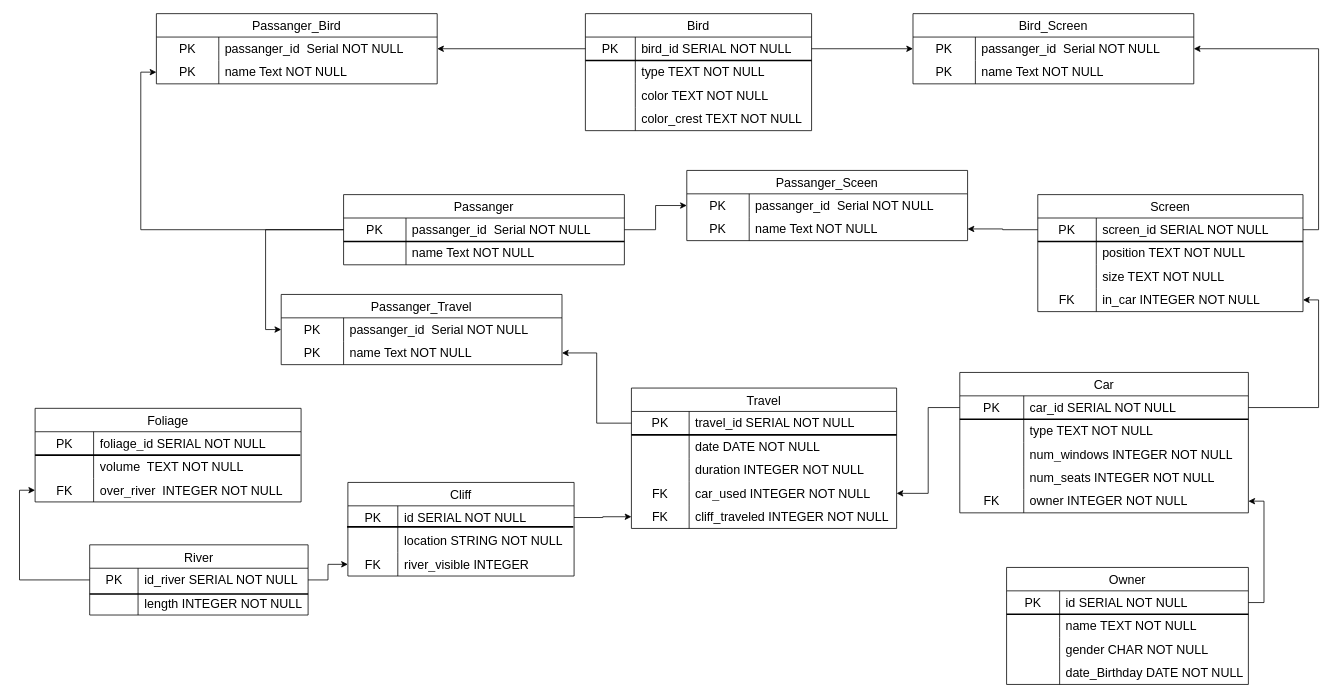
J-RAY3E/UNI keeps this draw.io diagram as Untitled Diagram.drawio. Above is the earlier version. Source tidied: cells renumbered, new cells numbered last; positions are measured from the earlier drawing's top-left corner, leaving out a move shared by most shapes. Both pictures are drawn from the tidied source at 78%, with x=0, y=0 at pixel (35, 13).
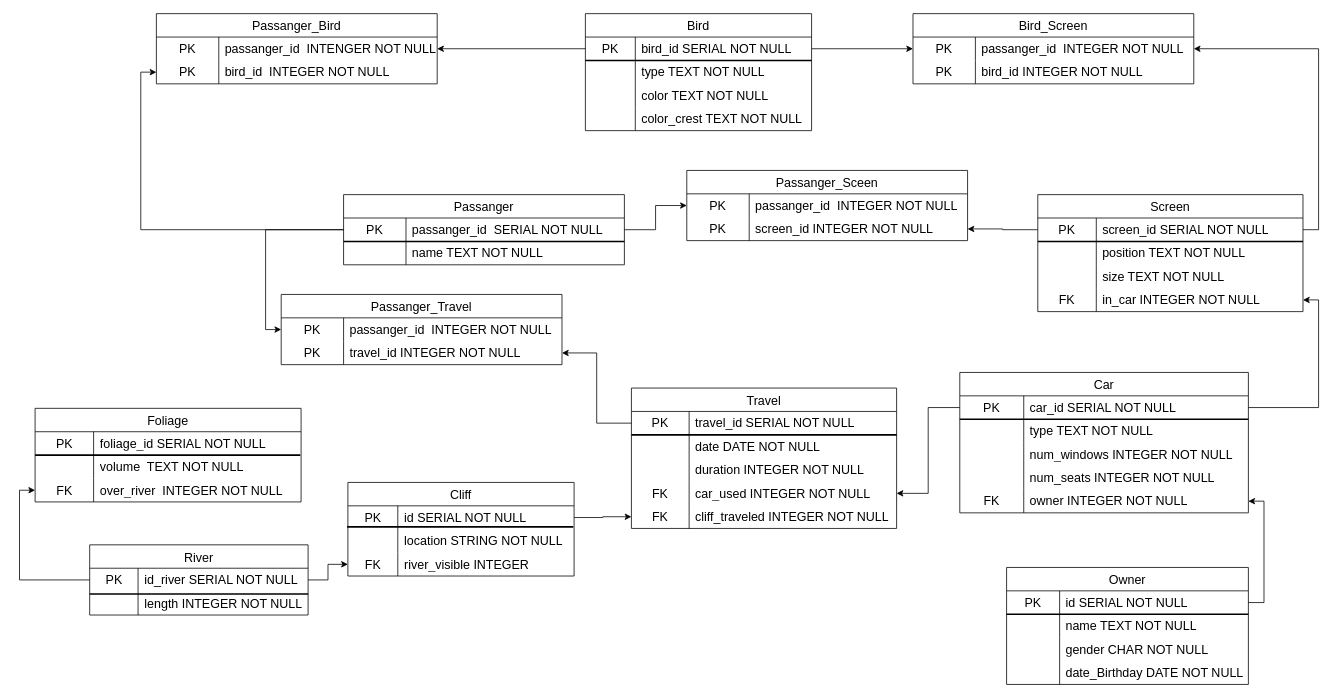
Above is the later version.

Unchanged cells that the change refers to:
```xml
<mxCell id="78" style="shape=tableRow;horizontal=0;startSize=0;swimlaneHead=0;swimlaneBody=0;top=0;left=0;bottom=0;right=0;fillColor=none;points=[[0,0.5],[1,0.5]];portConstraint=eastwest;strokeColor=inherit;fontSize=16;" parent="77" vertex="1">
  <mxGeometry y="30" width="360" height="30" as="geometry" />
</mxCell>
<mxCell id="81" style="shape=tableRow;horizontal=0;startSize=0;swimlaneHead=0;swimlaneBody=0;top=0;left=0;bottom=0;right=0;fillColor=none;strokeColor=inherit;fontSize=16;" parent="77" vertex="1">
  <mxGeometry y="60" width="360" height="30" as="geometry" />
</mxCell>
<mxCell id="117" style="shape=tableRow;horizontal=0;startSize=0;swimlaneHead=0;swimlaneBody=0;top=0;left=0;bottom=0;right=0;fillColor=none;strokeColor=inherit;fontSize=16;" parent="116" vertex="1">
  <mxGeometry y="30" width="360" height="30" as="geometry" />
</mxCell>
<mxCell id="120" style="shape=tableRow;horizontal=0;startSize=0;swimlaneHead=0;swimlaneBody=0;top=0;left=0;bottom=0;right=0;fillColor=none;points=[[0,0.5],[1,0.5]];portConstraint=eastwest;strokeColor=inherit;fontSize=16;" parent="116" vertex="1">
  <mxGeometry y="60" width="360" height="30" as="geometry" />
</mxCell>
<mxCell id="124" style="shape=tableRow;horizontal=0;startSize=0;swimlaneHead=0;swimlaneBody=0;top=0;left=0;bottom=0;right=0;fillColor=none;points=[[0,0.5],[1,0.5]];portConstraint=eastwest;strokeColor=inherit;fontSize=16;" parent="123" vertex="1">
  <mxGeometry y="30" width="360" height="30" as="geometry" />
</mxCell>
<mxCell id="127" style="shape=tableRow;horizontal=0;startSize=0;swimlaneHead=0;swimlaneBody=0;top=0;left=0;bottom=0;right=0;fillColor=none;strokeColor=inherit;fontSize=16;" parent="123" vertex="1">
  <mxGeometry y="60" width="360" height="30" as="geometry" />
</mxCell>
<mxCell id="131" style="shape=tableRow;horizontal=0;startSize=0;swimlaneHead=0;swimlaneBody=0;top=0;left=0;bottom=0;right=0;fillColor=none;points=[[0,0.5],[1,0.5]];portConstraint=eastwest;strokeColor=inherit;fontSize=16;" parent="130" vertex="1">
  <mxGeometry y="30" width="360" height="30" as="geometry" />
</mxCell>
<mxCell id="134" style="shape=tableRow;horizontal=0;startSize=0;swimlaneHead=0;swimlaneBody=0;top=0;left=0;bottom=0;right=0;fillColor=none;points=[[0,0.5],[1,0.5]];portConstraint=eastwest;strokeColor=inherit;fontSize=16;" parent="130" vertex="1">
  <mxGeometry y="60" width="360" height="30" as="geometry" />
</mxCell>
<mxCell id="143" style="shape=tableRow;horizontal=0;startSize=0;swimlaneHead=0;swimlaneBody=0;top=0;left=0;bottom=0;right=0;fillColor=none;points=[[0,0.5],[1,0.5]];portConstraint=eastwest;strokeColor=inherit;fontSize=16;" parent="142" vertex="1">
  <mxGeometry y="30" width="360" height="30" as="geometry" />
</mxCell>
<mxCell id="146" style="shape=tableRow;horizontal=0;startSize=0;swimlaneHead=0;swimlaneBody=0;top=0;left=0;bottom=0;right=0;fillColor=none;points=[[0,0.5],[1,0.5]];portConstraint=eastwest;strokeColor=inherit;fontSize=16;" parent="142" vertex="1">
  <mxGeometry y="60" width="360" height="30" as="geometry" />
</mxCell>
```

What changed in the source:
```diff
@@
-    <mxCell id="80" value="passanger_id&amp;nbsp; Serial NOT NULL" style="shape=partialRectangle;html=1;whiteSpace=wrap;fillColor=none;top=0;left=0;bottom=0;right=0;align=left;spacingLeft=6;overflow=hidden;strokeColor=inherit;fontSize=16;" parent="78" vertex="1">
+    <mxCell id="80" value="passanger_id&amp;nbsp; SERIAL NOT NULL" style="shape=partialRectangle;html=1;whiteSpace=wrap;fillColor=none;top=0;left=0;bottom=0;right=0;align=left;spacingLeft=6;overflow=hidden;strokeColor=inherit;fontSize=16;" parent="78" vertex="1">
       <mxGeometry x="80" width="280" height="30" as="geometry" />
     </mxCell>
@@
-    <mxCell id="83" value="name Text NOT NULL" style="shape=partialRectangle;html=1;whiteSpace=wrap;fillColor=none;top=0;left=0;bottom=0;right=0;align=left;spacingLeft=6;overflow=hidden;strokeColor=inherit;fontSize=16;" parent="81" vertex="1">
+    <mxCell id="83" value="name TEXT NOT NULL" style="shape=partialRectangle;html=1;whiteSpace=wrap;fillColor=none;top=0;left=0;bottom=0;right=0;align=left;spacingLeft=6;overflow=hidden;strokeColor=inherit;fontSize=16;" parent="81" vertex="1">
       <mxGeometry x="80" width="280" height="30" as="geometry" />
     </mxCell>
@@
-    <mxCell id="119" value="passanger_id&amp;nbsp; Serial NOT NULL" style="shape=partialRectangle;html=1;whiteSpace=wrap;fillColor=none;top=0;left=0;bottom=0;right=0;align=left;spacingLeft=6;overflow=hidden;strokeColor=inherit;fontSize=16;" parent="117" vertex="1">
+    <mxCell id="119" value="passanger_id&amp;nbsp; INTEGER NOT NULL" style="shape=partialRectangle;html=1;whiteSpace=wrap;fillColor=none;top=0;left=0;bottom=0;right=0;align=left;spacingLeft=6;overflow=hidden;strokeColor=inherit;fontSize=16;" parent="117" vertex="1">
       <mxGeometry x="80" width="280" height="30" as="geometry" />
     </mxCell>
@@
-    <mxCell id="122" value="name Text NOT NULL" style="shape=partialRectangle;html=1;whiteSpace=wrap;fillColor=none;top=0;left=0;bottom=0;right=0;align=left;spacingLeft=6;overflow=hidden;strokeColor=inherit;fontSize=16;" parent="120" vertex="1">
+    <mxCell id="122" value="screen_id INTEGER NOT NULL" style="shape=partialRectangle;html=1;whiteSpace=wrap;fillColor=none;top=0;left=0;bottom=0;right=0;align=left;spacingLeft=6;overflow=hidden;strokeColor=inherit;fontSize=16;" parent="120" vertex="1">
       <mxGeometry x="80" width="280" height="30" as="geometry" />
     </mxCell>
@@
-    <mxCell id="126" value="passanger_id&amp;nbsp; Serial NOT NULL" style="shape=partialRectangle;html=1;whiteSpace=wrap;fillColor=none;top=0;left=0;bottom=0;right=0;align=left;spacingLeft=6;overflow=hidden;strokeColor=inherit;fontSize=16;" parent="124" vertex="1">
+    <mxCell id="126" value="passanger_id&amp;nbsp; INTEGER NOT NULL" style="shape=partialRectangle;html=1;whiteSpace=wrap;fillColor=none;top=0;left=0;bottom=0;right=0;align=left;spacingLeft=6;overflow=hidden;strokeColor=inherit;fontSize=16;" parent="124" vertex="1">
       <mxGeometry x="80" width="280" height="30" as="geometry" />
     </mxCell>
@@
-    <mxCell id="129" value="name Text NOT NULL" style="shape=partialRectangle;html=1;whiteSpace=wrap;fillColor=none;top=0;left=0;bottom=0;right=0;align=left;spacingLeft=6;overflow=hidden;strokeColor=inherit;fontSize=16;" parent="127" vertex="1">
+    <mxCell id="129" value="bird_id INTEGER NOT NULL" style="shape=partialRectangle;html=1;whiteSpace=wrap;fillColor=none;top=0;left=0;bottom=0;right=0;align=left;spacingLeft=6;overflow=hidden;strokeColor=inherit;fontSize=16;" parent="127" vertex="1">
       <mxGeometry x="80" width="280" height="30" as="geometry" />
     </mxCell>
@@
-    <mxCell id="133" value="passanger_id&amp;nbsp; Serial NOT NULL" style="shape=partialRectangle;html=1;whiteSpace=wrap;fillColor=none;top=0;left=0;bottom=0;right=0;align=left;spacingLeft=6;overflow=hidden;strokeColor=inherit;fontSize=16;" parent="131" vertex="1">
+    <mxCell id="133" value="passanger_id&amp;nbsp; INTENGER NOT NULL" style="shape=partialRectangle;html=1;whiteSpace=wrap;fillColor=none;top=0;left=0;bottom=0;right=0;align=left;spacingLeft=6;overflow=hidden;strokeColor=inherit;fontSize=16;" parent="131" vertex="1">
       <mxGeometry x="80" width="280" height="30" as="geometry" />
     </mxCell>
@@
-    <mxCell id="136" value="name Text NOT NULL" style="shape=partialRectangle;html=1;whiteSpace=wrap;fillColor=none;top=0;left=0;bottom=0;right=0;align=left;spacingLeft=6;overflow=hidden;strokeColor=inherit;fontSize=16;" parent="134" vertex="1">
+    <mxCell id="136" value="bird_id&amp;nbsp; INTEGER NOT NULL" style="shape=partialRectangle;html=1;whiteSpace=wrap;fillColor=none;top=0;left=0;bottom=0;right=0;align=left;spacingLeft=6;overflow=hidden;strokeColor=inherit;fontSize=16;" parent="134" vertex="1">
       <mxGeometry x="80" width="280" height="30" as="geometry" />
     </mxCell>
@@
-    <mxCell id="145" value="passanger_id&amp;nbsp; Serial NOT NULL" style="shape=partialRectangle;html=1;whiteSpace=wrap;fillColor=none;top=0;left=0;bottom=0;right=0;align=left;spacingLeft=6;overflow=hidden;strokeColor=inherit;fontSize=16;" parent="143" vertex="1">
+    <mxCell id="145" value="passanger_id&amp;nbsp; INTEGER NOT NULL" style="shape=partialRectangle;html=1;whiteSpace=wrap;fillColor=none;top=0;left=0;bottom=0;right=0;align=left;spacingLeft=6;overflow=hidden;strokeColor=inherit;fontSize=16;" parent="143" vertex="1">
       <mxGeometry x="80" width="280" height="30" as="geometry" />
     </mxCell>
@@
-    <mxCell id="148" value="name Text NOT NULL" style="shape=partialRectangle;html=1;whiteSpace=wrap;fillColor=none;top=0;left=0;bottom=0;right=0;align=left;spacingLeft=6;overflow=hidden;strokeColor=inherit;fontSize=16;" parent="146" vertex="1">
+    <mxCell id="148" value="travel_id INTEGER NOT NULL" style="shape=partialRectangle;html=1;whiteSpace=wrap;fillColor=none;top=0;left=0;bottom=0;right=0;align=left;spacingLeft=6;overflow=hidden;strokeColor=inherit;fontSize=16;" parent="146" vertex="1">
       <mxGeometry x="80" width="280" height="30" as="geometry" />
     </mxCell>
```
